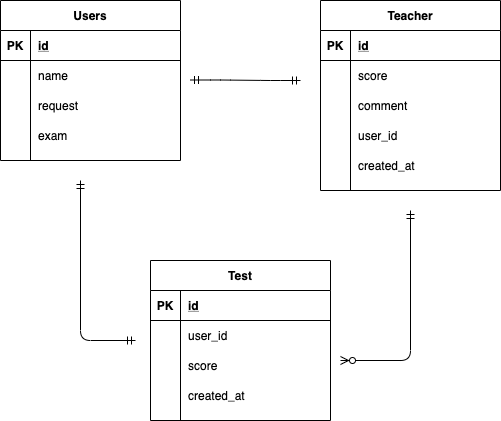
Earlier version of the draw.io export index.drawio.png (nakamura-jin/diagram). Source tidied: cells renumbered, new cells last; positions are measured from the earlier drawing's top-left corner, leaving out a move shared by most shapes. The source it was exported from:
```xml
<mxGraphModel>
  <root>
    <mxCell id="0" />
    <mxCell id="1" parent="0" />
    <mxCell id="2" value="Users" style="shape=table;startSize=30;rowLines=0;fontStyle=1;align=center;" parent="1" vertex="1">
      <mxGeometry width="180" height="160" as="geometry" />
    </mxCell>
    <mxCell id="3" style="shape=partialRectangle;fillColor=none;top=0;left=0;bottom=1;right=0;" parent="2" vertex="1">
      <mxGeometry y="30" width="180" height="30" as="geometry" />
    </mxCell>
    <mxCell id="4" value="PK" style="shape=partialRectangle;fillColor=none;top=0;left=0;bottom=0;right=0;fontStyle=1;overflow=hidden;" parent="3" vertex="1">
      <mxGeometry width="30" height="30" as="geometry" />
    </mxCell>
    <mxCell id="5" value="id" style="shape=partialRectangle;fillColor=none;top=0;left=0;bottom=0;right=0;align=left;spacingLeft=6;fontStyle=5;overflow=hidden;" parent="3" vertex="1">
      <mxGeometry x="30" width="150" height="30" as="geometry" />
    </mxCell>
    <mxCell id="6" style="shape=partialRectangle;fillColor=none;top=0;left=0;bottom=0;right=0;" parent="2" vertex="1">
      <mxGeometry y="60" width="180" height="30" as="geometry" />
    </mxCell>
    <mxCell id="7" style="shape=partialRectangle;fillColor=none;top=0;left=0;bottom=0;right=0;overflow=hidden;" parent="6" vertex="1">
      <mxGeometry width="30" height="30" as="geometry" />
    </mxCell>
    <mxCell id="8" value="name" style="shape=partialRectangle;fillColor=none;top=0;left=0;bottom=0;right=0;align=left;spacingLeft=6;overflow=hidden;" parent="6" vertex="1">
      <mxGeometry x="30" width="150" height="30" as="geometry" />
    </mxCell>
    <mxCell id="9" style="shape=partialRectangle;fillColor=none;top=0;left=0;bottom=0;right=0;" parent="2" vertex="1">
      <mxGeometry y="90" width="180" height="30" as="geometry" />
    </mxCell>
    <mxCell id="10" style="shape=partialRectangle;fillColor=none;top=0;left=0;bottom=0;right=0;overflow=hidden;" parent="9" vertex="1">
      <mxGeometry width="30" height="30" as="geometry" />
    </mxCell>
    <mxCell id="11" value="request" style="shape=partialRectangle;fillColor=none;top=0;left=0;bottom=0;right=0;align=left;spacingLeft=6;overflow=hidden;" parent="9" vertex="1">
      <mxGeometry x="30" width="150" height="30" as="geometry" />
    </mxCell>
    <mxCell id="12" style="shape=partialRectangle;fillColor=none;top=0;left=0;bottom=0;right=0;" parent="2" vertex="1">
      <mxGeometry y="120" width="180" height="30" as="geometry" />
    </mxCell>
    <mxCell id="13" style="shape=partialRectangle;fillColor=none;top=0;left=0;bottom=0;right=0;overflow=hidden;" parent="12" vertex="1">
      <mxGeometry width="30" height="30" as="geometry" />
    </mxCell>
    <mxCell id="14" value="exam" style="shape=partialRectangle;fillColor=none;top=0;left=0;bottom=0;right=0;align=left;spacingLeft=6;overflow=hidden;" parent="12" vertex="1">
      <mxGeometry x="30" width="150" height="30" as="geometry" />
    </mxCell>
    <mxCell id="15" value="Teacher" style="shape=table;startSize=30;rowLines=0;fontStyle=1;align=center;" parent="1" vertex="1">
      <mxGeometry x="320" width="180" height="190" as="geometry" />
    </mxCell>
    <mxCell id="16" style="shape=partialRectangle;fillColor=none;top=0;left=0;bottom=1;right=0;" parent="15" vertex="1">
      <mxGeometry y="30" width="180" height="30" as="geometry" />
    </mxCell>
    <mxCell id="17" value="PK" style="shape=partialRectangle;fillColor=none;top=0;left=0;bottom=0;right=0;fontStyle=1;overflow=hidden;" parent="16" vertex="1">
      <mxGeometry width="30" height="30" as="geometry" />
    </mxCell>
    <mxCell id="18" value="id" style="shape=partialRectangle;fillColor=none;top=0;left=0;bottom=0;right=0;align=left;spacingLeft=6;fontStyle=5;overflow=hidden;" parent="16" vertex="1">
      <mxGeometry x="30" width="150" height="30" as="geometry" />
    </mxCell>
    <mxCell id="19" style="shape=partialRectangle;fillColor=none;top=0;left=0;bottom=0;right=0;" parent="15" vertex="1">
      <mxGeometry y="60" width="180" height="30" as="geometry" />
    </mxCell>
    <mxCell id="20" style="shape=partialRectangle;fillColor=none;top=0;left=0;bottom=0;right=0;overflow=hidden;" parent="19" vertex="1">
      <mxGeometry width="30" height="30" as="geometry" />
    </mxCell>
    <mxCell id="21" value="score" style="shape=partialRectangle;fillColor=none;top=0;left=0;bottom=0;right=0;align=left;spacingLeft=6;overflow=hidden;" parent="19" vertex="1">
      <mxGeometry x="30" width="150" height="30" as="geometry" />
    </mxCell>
    <mxCell id="22" style="shape=partialRectangle;fillColor=none;top=0;left=0;bottom=0;right=0;" parent="15" vertex="1">
      <mxGeometry y="90" width="180" height="30" as="geometry" />
    </mxCell>
    <mxCell id="23" style="shape=partialRectangle;fillColor=none;top=0;left=0;bottom=0;right=0;overflow=hidden;" parent="22" vertex="1">
      <mxGeometry width="30" height="30" as="geometry" />
    </mxCell>
    <mxCell id="24" value="comment" style="shape=partialRectangle;fillColor=none;top=0;left=0;bottom=0;right=0;align=left;spacingLeft=6;overflow=hidden;" parent="22" vertex="1">
      <mxGeometry x="30" width="150" height="30" as="geometry" />
    </mxCell>
    <mxCell id="25" style="shape=partialRectangle;fillColor=none;top=0;left=0;bottom=0;right=0;" parent="15" vertex="1">
      <mxGeometry y="120" width="180" height="30" as="geometry" />
    </mxCell>
    <mxCell id="26" style="shape=partialRectangle;fillColor=none;top=0;left=0;bottom=0;right=0;overflow=hidden;" parent="25" vertex="1">
      <mxGeometry width="30" height="30" as="geometry" />
    </mxCell>
    <mxCell id="27" value="user_id" style="shape=partialRectangle;fillColor=none;top=0;left=0;bottom=0;right=0;align=left;spacingLeft=6;overflow=hidden;" parent="25" vertex="1">
      <mxGeometry x="30" width="150" height="30" as="geometry" />
    </mxCell>
    <mxCell id="28" style="shape=partialRectangle;fillColor=none;top=0;left=0;bottom=0;right=0;" parent="15" vertex="1">
      <mxGeometry y="150" width="180" height="30" as="geometry" />
    </mxCell>
    <mxCell id="29" style="shape=partialRectangle;fillColor=none;top=0;left=0;bottom=0;right=0;overflow=hidden;" parent="28" vertex="1">
      <mxGeometry width="30" height="30" as="geometry" />
    </mxCell>
    <mxCell id="30" value="created_at" style="shape=partialRectangle;fillColor=none;top=0;left=0;bottom=0;right=0;align=left;spacingLeft=6;overflow=hidden;" parent="28" vertex="1">
      <mxGeometry x="30" width="150" height="30" as="geometry" />
    </mxCell>
    <mxCell id="31" style="edgeStyle=entityRelationEdgeStyle;fontSize=12;html=1;endArrow=ERmandOne;startArrow=ERmandOne;" parent="1" edge="1">
      <mxGeometry relative="1" as="geometry">
        <mxPoint x="190" y="79.5" as="sourcePoint" />
        <mxPoint x="300" y="80" as="targetPoint" />
      </mxGeometry>
    </mxCell>
    <mxCell id="32" value="Test" style="shape=table;startSize=30;rowLines=0;fontStyle=1;align=center;" parent="1" vertex="1">
      <mxGeometry x="150" y="260" width="180" height="160" as="geometry" />
    </mxCell>
    <mxCell id="33" style="shape=partialRectangle;fillColor=none;top=0;left=0;bottom=1;right=0;" parent="32" vertex="1">
      <mxGeometry y="30" width="180" height="30" as="geometry" />
    </mxCell>
    <mxCell id="34" value="PK" style="shape=partialRectangle;fillColor=none;top=0;left=0;bottom=0;right=0;fontStyle=1;overflow=hidden;" parent="33" vertex="1">
      <mxGeometry width="30" height="30" as="geometry" />
    </mxCell>
    <mxCell id="35" value="id" style="shape=partialRectangle;fillColor=none;top=0;left=0;bottom=0;right=0;align=left;spacingLeft=6;fontStyle=5;overflow=hidden;" parent="33" vertex="1">
      <mxGeometry x="30" width="150" height="30" as="geometry" />
    </mxCell>
    <mxCell id="36" style="shape=partialRectangle;fillColor=none;top=0;left=0;bottom=0;right=0;" parent="32" vertex="1">
      <mxGeometry y="60" width="180" height="30" as="geometry" />
    </mxCell>
    <mxCell id="37" style="shape=partialRectangle;fillColor=none;top=0;left=0;bottom=0;right=0;overflow=hidden;" parent="36" vertex="1">
      <mxGeometry width="30" height="30" as="geometry" />
    </mxCell>
    <mxCell id="38" value="user_id" style="shape=partialRectangle;fillColor=none;top=0;left=0;bottom=0;right=0;align=left;spacingLeft=6;overflow=hidden;" parent="36" vertex="1">
      <mxGeometry x="30" width="150" height="30" as="geometry" />
    </mxCell>
    <mxCell id="39" style="shape=partialRectangle;fillColor=none;top=0;left=0;bottom=0;right=0;" parent="32" vertex="1">
      <mxGeometry y="90" width="180" height="30" as="geometry" />
    </mxCell>
    <mxCell id="40" style="shape=partialRectangle;fillColor=none;top=0;left=0;bottom=0;right=0;overflow=hidden;" parent="39" vertex="1">
      <mxGeometry width="30" height="30" as="geometry" />
    </mxCell>
    <mxCell id="41" value="score" style="shape=partialRectangle;fillColor=none;top=0;left=0;bottom=0;right=0;align=left;spacingLeft=6;overflow=hidden;" parent="39" vertex="1">
      <mxGeometry x="30" width="150" height="30" as="geometry" />
    </mxCell>
    <mxCell id="42" style="shape=partialRectangle;fillColor=none;top=0;left=0;bottom=0;right=0;" parent="32" vertex="1">
      <mxGeometry y="120" width="180" height="30" as="geometry" />
    </mxCell>
    <mxCell id="43" style="shape=partialRectangle;fillColor=none;top=0;left=0;bottom=0;right=0;overflow=hidden;" parent="42" vertex="1">
      <mxGeometry width="30" height="30" as="geometry" />
    </mxCell>
    <mxCell id="44" value="created_at" style="shape=partialRectangle;fillColor=none;top=0;left=0;bottom=0;right=0;align=left;spacingLeft=6;overflow=hidden;" parent="42" vertex="1">
      <mxGeometry x="30" width="150" height="30" as="geometry" />
    </mxCell>
    <mxCell id="45" style="edgeStyle=elbowEdgeStyle;fontSize=12;html=1;endArrow=ERmandOne;startArrow=ERmandOne;" parent="1" edge="1">
      <mxGeometry relative="1" as="geometry">
        <mxPoint x="80" y="180" as="sourcePoint" />
        <mxPoint x="135" y="340" as="targetPoint" />
        <Array as="points">
          <mxPoint x="80" y="270" />
        </Array>
      </mxGeometry>
    </mxCell>
    <mxCell id="46" style="edgeStyle=elbowEdgeStyle;fontSize=12;html=1;endArrow=ERzeroToMany;startArrow=ERmandOne;" parent="1" edge="1">
      <mxGeometry relative="1" as="geometry">
        <mxPoint x="410" y="210" as="sourcePoint" />
        <mxPoint x="340" y="360" as="targetPoint" />
        <Array as="points">
          <mxPoint x="410" y="290" />
        </Array>
      </mxGeometry>
    </mxCell>
  </root>
</mxGraphModel>
```
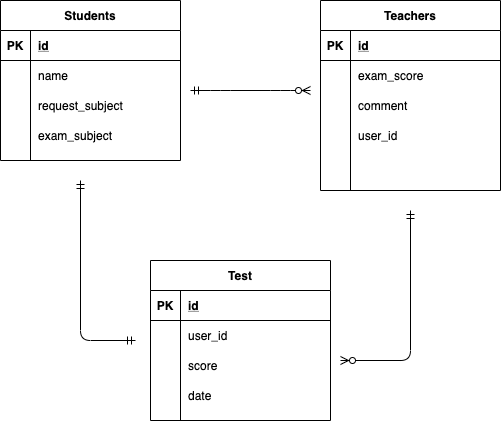
After the commit.

What changed in the source:
```diff
@@ -2,7 +2,7 @@
   <root>
     <mxCell id="0" />
     <mxCell id="1" parent="0" />
-    <mxCell id="2" value="Users" style="shape=table;startSize=30;rowLines=0;fontStyle=1;align=center;" parent="1" vertex="1">
+    <mxCell id="2" value="Students" style="shape=table;startSize=30;rowLines=0;fontStyle=1;align=center;" parent="1" vertex="1">
       <mxGeometry width="180" height="160" as="geometry" />
     </mxCell>
     <mxCell id="3" style="shape=partialRectangle;fillColor=none;top=0;left=0;bottom=1;right=0;" parent="2" vertex="1">
@@ -29,7 +29,7 @@
     <mxCell id="10" style="shape=partialRectangle;fillColor=none;top=0;left=0;bottom=0;right=0;overflow=hidden;" parent="9" vertex="1">
       <mxGeometry width="30" height="30" as="geometry" />
     </mxCell>
-    <mxCell id="11" value="request" style="shape=partialRectangle;fillColor=none;top=0;left=0;bottom=0;right=0;align=left;spacingLeft=6;overflow=hidden;" parent="9" vertex="1">
+    <mxCell id="11" value="request_subject" style="shape=partialRectangle;fillColor=none;top=0;left=0;bottom=0;right=0;align=left;spacingLeft=6;overflow=hidden;" parent="9" vertex="1">
       <mxGeometry x="30" width="150" height="30" as="geometry" />
     </mxCell>
     <mxCell id="12" style="shape=partialRectangle;fillColor=none;top=0;left=0;bottom=0;right=0;" parent="2" vertex="1">
@@ -38,10 +38,10 @@
     <mxCell id="13" style="shape=partialRectangle;fillColor=none;top=0;left=0;bottom=0;right=0;overflow=hidden;" parent="12" vertex="1">
       <mxGeometry width="30" height="30" as="geometry" />
     </mxCell>
-    <mxCell id="14" value="exam" style="shape=partialRectangle;fillColor=none;top=0;left=0;bottom=0;right=0;align=left;spacingLeft=6;overflow=hidden;" parent="12" vertex="1">
+    <mxCell id="14" value="exam_subject" style="shape=partialRectangle;fillColor=none;top=0;left=0;bottom=0;right=0;align=left;spacingLeft=6;overflow=hidden;" parent="12" vertex="1">
       <mxGeometry x="30" width="150" height="30" as="geometry" />
     </mxCell>
-    <mxCell id="15" value="Teacher" style="shape=table;startSize=30;rowLines=0;fontStyle=1;align=center;" parent="1" vertex="1">
+    <mxCell id="15" value="Teachers" style="shape=table;startSize=30;rowLines=0;fontStyle=1;align=center;" parent="1" vertex="1">
       <mxGeometry x="320" width="180" height="190" as="geometry" />
     </mxCell>
     <mxCell id="16" style="shape=partialRectangle;fillColor=none;top=0;left=0;bottom=1;right=0;" parent="15" vertex="1">
@@ -59,7 +59,7 @@
     <mxCell id="20" style="shape=partialRectangle;fillColor=none;top=0;left=0;bottom=0;right=0;overflow=hidden;" parent="19" vertex="1">
       <mxGeometry width="30" height="30" as="geometry" />
     </mxCell>
-    <mxCell id="21" value="score" style="shape=partialRectangle;fillColor=none;top=0;left=0;bottom=0;right=0;align=left;spacingLeft=6;overflow=hidden;" parent="19" vertex="1">
+    <mxCell id="21" value="exam_score" style="shape=partialRectangle;fillColor=none;top=0;left=0;bottom=0;right=0;align=left;spacingLeft=6;overflow=hidden;" parent="19" vertex="1">
       <mxGeometry x="30" width="150" height="30" as="geometry" />
     </mxCell>
     <mxCell id="22" style="shape=partialRectangle;fillColor=none;top=0;left=0;bottom=0;right=0;" parent="15" vertex="1">
@@ -86,15 +86,9 @@
     <mxCell id="29" style="shape=partialRectangle;fillColor=none;top=0;left=0;bottom=0;right=0;overflow=hidden;" parent="28" vertex="1">
       <mxGeometry width="30" height="30" as="geometry" />
     </mxCell>
-    <mxCell id="30" value="created_at" style="shape=partialRectangle;fillColor=none;top=0;left=0;bottom=0;right=0;align=left;spacingLeft=6;overflow=hidden;" parent="28" vertex="1">
+    <mxCell id="30" style="shape=partialRectangle;fillColor=none;top=0;left=0;bottom=0;right=0;align=left;spacingLeft=6;overflow=hidden;" parent="28" vertex="1">
       <mxGeometry x="30" width="150" height="30" as="geometry" />
     </mxCell>
-    <mxCell id="31" style="edgeStyle=entityRelationEdgeStyle;fontSize=12;html=1;endArrow=ERmandOne;startArrow=ERmandOne;" parent="1" edge="1">
-      <mxGeometry relative="1" as="geometry">
-        <mxPoint x="190" y="79.5" as="sourcePoint" />
-        <mxPoint x="300" y="80" as="targetPoint" />
-      </mxGeometry>
-    </mxCell>
     <mxCell id="32" value="Test" style="shape=table;startSize=30;rowLines=0;fontStyle=1;align=center;" parent="1" vertex="1">
       <mxGeometry x="150" y="260" width="180" height="160" as="geometry" />
     </mxCell>
@@ -131,7 +125,7 @@
     <mxCell id="43" style="shape=partialRectangle;fillColor=none;top=0;left=0;bottom=0;right=0;overflow=hidden;" parent="42" vertex="1">
       <mxGeometry width="30" height="30" as="geometry" />
     </mxCell>
-    <mxCell id="44" value="created_at" style="shape=partialRectangle;fillColor=none;top=0;left=0;bottom=0;right=0;align=left;spacingLeft=6;overflow=hidden;" parent="42" vertex="1">
+    <mxCell id="44" value="date" style="shape=partialRectangle;fillColor=none;top=0;left=0;bottom=0;right=0;align=left;spacingLeft=6;overflow=hidden;" parent="42" vertex="1">
       <mxGeometry x="30" width="150" height="30" as="geometry" />
     </mxCell>
     <mxCell id="45" style="edgeStyle=elbowEdgeStyle;fontSize=12;html=1;endArrow=ERmandOne;startArrow=ERmandOne;" parent="1" edge="1">
@@ -152,5 +146,11 @@
         </Array>
       </mxGeometry>
     </mxCell>
+    <mxCell id="47" style="edgeStyle=entityRelationEdgeStyle;fontSize=12;html=1;endArrow=ERzeroToMany;startArrow=ERmandOne;" parent="1" edge="1">
+      <mxGeometry relative="1" as="geometry">
+        <mxPoint x="190" y="90" as="sourcePoint" />
+        <mxPoint x="310" y="90" as="targetPoint" />
+      </mxGeometry>
+    </mxCell>
   </root>
 </mxGraphModel>
```
